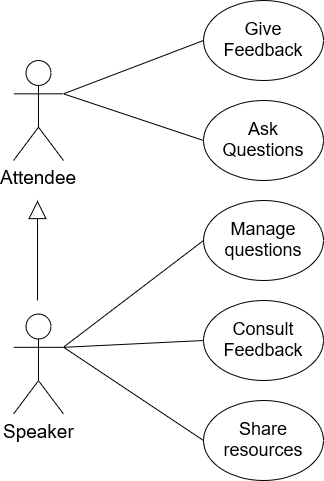
This is Use Case Diagram.png from softeng-feup/open-cx-aacm, a draw.io export, as it was before one commit. Source tidied: cells renumbered, new cells last; positions are measured from the earlier drawing's top-left corner, leaving out a move shared by most shapes.
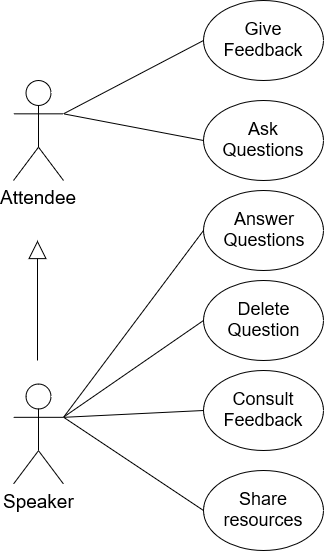
Later version of the same file.

Diff of the diagram source:
```diff
@@ -3,13 +3,13 @@
     <mxCell id="0" />
     <mxCell id="1" parent="0" />
     <mxCell id="2" value="Attendee" style="shape=umlActor;verticalLabelPosition=bottom;labelBackgroundColor=#ffffff;verticalAlign=top;html=1;outlineConnect=0;fontSize=19;" parent="1" vertex="1">
-      <mxGeometry y="60" width="50" height="100" as="geometry" />
+      <mxGeometry y="10" width="50" height="100" as="geometry" />
     </mxCell>
     <mxCell id="3" value="Ask Questions" style="ellipse;whiteSpace=wrap;html=1;fontSize=18;" parent="1" vertex="1">
-      <mxGeometry x="190" y="100" width="120" height="80" as="geometry" />
+      <mxGeometry x="190" y="30" width="120" height="80" as="geometry" />
     </mxCell>
     <mxCell id="4" value="Give Feedback" style="ellipse;whiteSpace=wrap;html=1;fontSize=18;" parent="1" vertex="1">
-      <mxGeometry x="190" width="120" height="80" as="geometry" />
+      <mxGeometry x="190" y="-70" width="120" height="80" as="geometry" />
     </mxCell>
     <mxCell id="5" style="endArrow=none;html=1;fontSize=24;entryX=0;entryY=0.5;entryDx=0;entryDy=0;exitX=1;exitY=0.3333333333333333;exitDx=0;exitDy=0;exitPerimeter=0;" parent="1" edge="1" source="2" target="3">
       <mxGeometry relative="1" as="geometry" />
@@ -17,8 +17,8 @@
     <mxCell id="6" style="endArrow=none;html=1;fontSize=24;entryX=0;entryY=0.5;entryDx=0;entryDy=0;exitX=1;exitY=0.3333333333333333;exitDx=0;exitDy=0;exitPerimeter=0;" parent="1" edge="1" source="2" target="4">
       <mxGeometry relative="1" as="geometry" />
     </mxCell>
-    <mxCell id="7" value="Manage questions" style="ellipse;whiteSpace=wrap;html=1;fontSize=18;" parent="1" vertex="1">
-      <mxGeometry x="190" y="200" width="120" height="80" as="geometry" />
+    <mxCell id="7" value="&lt;div&gt;Delete&lt;/div&gt;&lt;div&gt;Question&lt;br&gt;&lt;/div&gt;" style="ellipse;whiteSpace=wrap;html=1;fontSize=18;" parent="1" vertex="1">
+      <mxGeometry x="190" y="210" width="120" height="80" as="geometry" />
     </mxCell>
     <mxCell id="8" value="Share resources" style="ellipse;whiteSpace=wrap;html=1;fontSize=18;" parent="1" vertex="1">
       <mxGeometry x="190" y="400" width="120" height="80" as="geometry" />
@@ -35,10 +35,10 @@
     </mxCell>
     <mxCell id="11" style="endArrow=block;endSize=16;endFill=0;html=1;fontSize=19;" parent="1" edge="1">
       <mxGeometry relative="1" as="geometry">
-        <mxPoint x="24" y="300" as="sourcePoint" />
-        <mxPoint x="24" y="200" as="targetPoint" />
+        <mxPoint x="24" y="290" as="sourcePoint" />
+        <mxPoint x="24" y="170" as="targetPoint" />
         <Array as="points">
-          <mxPoint x="24" y="220" />
+          <mxPoint x="24" y="190" />
         </Array>
       </mxGeometry>
     </mxCell>
@@ -51,5 +51,11 @@
     <mxCell id="14" style="endArrow=none;html=1;fontSize=18;exitX=1;exitY=0.3333333333333333;exitDx=0;exitDy=0;exitPerimeter=0;entryX=0;entryY=0.5;entryDx=0;entryDy=0;" parent="1" edge="1" source="12" target="13">
       <mxGeometry relative="1" as="geometry" />
     </mxCell>
+    <mxCell id="15" value="&lt;div&gt;Answer&lt;/div&gt;&lt;div&gt;Questions&lt;br&gt;&lt;/div&gt;" style="ellipse;whiteSpace=wrap;html=1;fontSize=18;" parent="1" vertex="1">
+      <mxGeometry x="190" y="120" width="120" height="80" as="geometry" />
+    </mxCell>
+    <mxCell id="16" style="endArrow=none;html=1;fontSize=20;entryX=0;entryY=0.5;entryDx=0;entryDy=0;exitX=1;exitY=0.3333333333333333;exitDx=0;exitDy=0;exitPerimeter=0;" parent="1" edge="1" source="12" target="15">
+      <mxGeometry relative="1" as="geometry" />
+    </mxCell>
   </root>
 </mxGraphModel>
```
